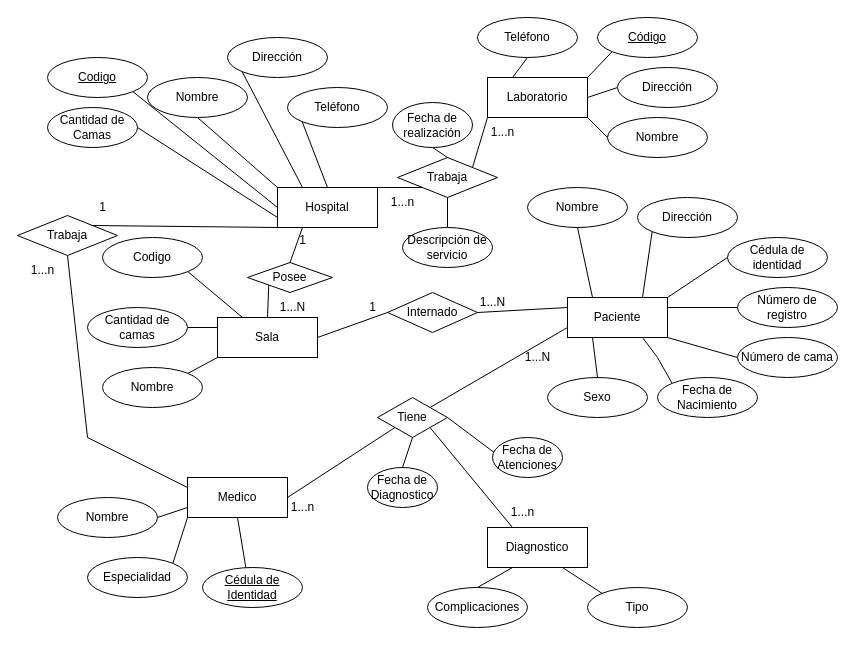
Earlier version of the draw.io diagram Eje1G2MER.drawio (madevianaGH/BDI). Source tidied: cells renumbered, new cells numbered last; positions are measured from the earlier drawing's top-left corner, leaving out a move shared by most shapes. Both pictures are drawn from the tidied source at 100%, with x=0, y=0 at pixel (17, 17).
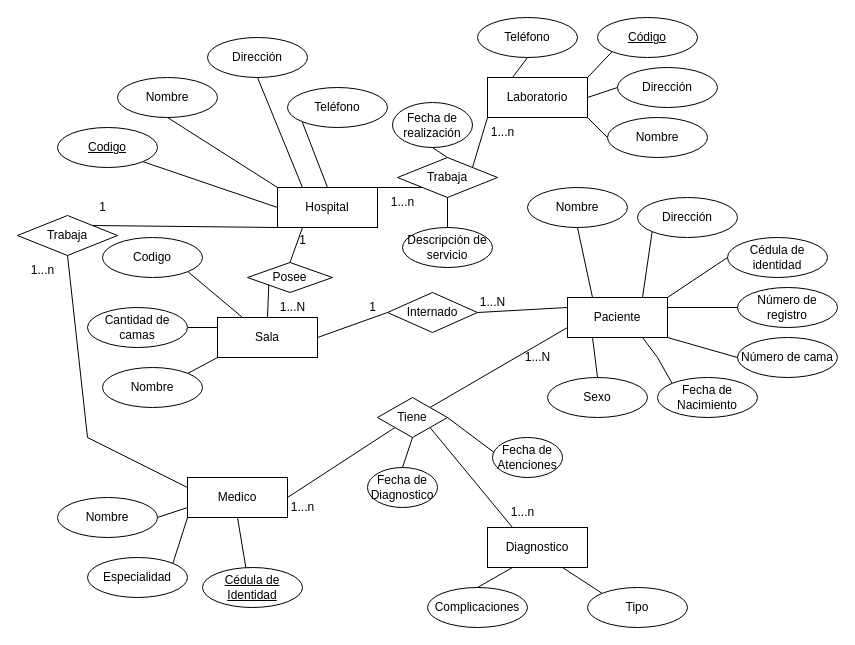
The same diagram, later.

The change refers to these unchanged cells:
```xml
<mxCell id="2" value="Hospital" style="whiteSpace=wrap;html=1;align=center;" parent="1" vertex="1">
  <mxGeometry x="260" y="170" width="100" height="40" as="geometry" />
</mxCell>
```

Change to the diagram source:
```diff
@@
     <mxCell id="11" value="Codigo" style="ellipse;whiteSpace=wrap;html=1;align=center;fontStyle=4;" parent="1" vertex="1">
-      <mxGeometry x="30" y="40" width="100" height="40" as="geometry" />
+      <mxGeometry x="40" y="110" width="100" height="40" as="geometry" />
     </mxCell>
-    <mxCell id="12" style="edgeStyle=none;rounded=0;jettySize=auto;html=1;exitX=1;exitY=0.5;exitDx=0;exitDy=0;entryX=0;entryY=0.75;entryDx=0;entryDy=0;endArrow=none;endFill=0;" parent="1" edge="1" source="13" target="2">
-      <mxGeometry relative="1" as="geometry" />
-    </mxCell>
-    <mxCell id="13" value="Cantidad de Camas" style="ellipse;whiteSpace=wrap;html=1;align=center;" parent="1" vertex="1">
-      <mxGeometry x="30" y="90" width="90" height="40" as="geometry" />
-    </mxCell>
@@
-    <mxCell id="16" style="edgeStyle=none;rounded=0;jettySize=auto;html=1;exitX=0;exitY=1;exitDx=0;exitDy=0;entryX=0.25;entryY=0;entryDx=0;entryDy=0;endArrow=none;endFill=0;" parent="1" edge="1" source="17" target="2">
+    <mxCell id="16" style="edgeStyle=none;rounded=0;jettySize=auto;html=1;exitX=0.5;exitY=1;exitDx=0;exitDy=0;entryX=0.25;entryY=0;entryDx=0;entryDy=0;endArrow=none;endFill=0;" parent="1" edge="1" source="17" target="2">
       <mxGeometry relative="1" as="geometry" />
     </mxCell>
     <mxCell id="17" value="Dirección" style="ellipse;whiteSpace=wrap;html=1;align=center;" parent="1" vertex="1">
-      <mxGeometry x="210" y="20" width="100" height="40" as="geometry" />
+      <mxGeometry x="190" y="20" width="100" height="40" as="geometry" />
     </mxCell>
@@
     <mxCell id="19" value="Nombre" style="ellipse;whiteSpace=wrap;html=1;align=center;" parent="1" vertex="1">
-      <mxGeometry x="130" y="60" width="100" height="40" as="geometry" />
+      <mxGeometry x="100" y="60" width="100" height="40" as="geometry" />
     </mxCell>
```
